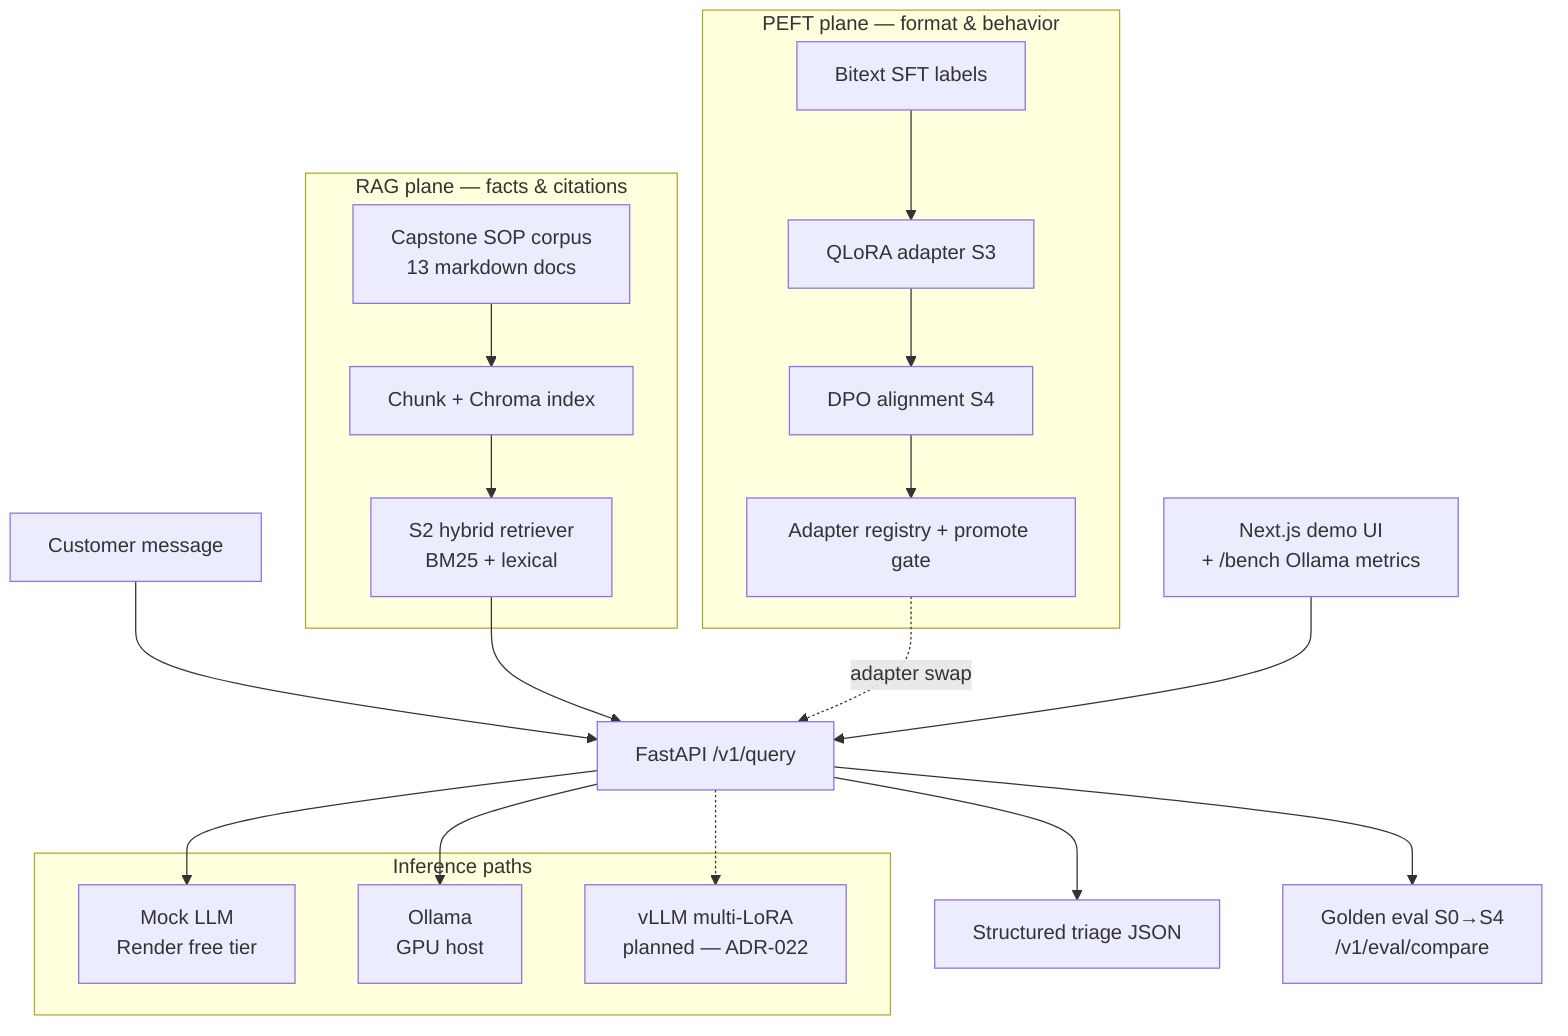
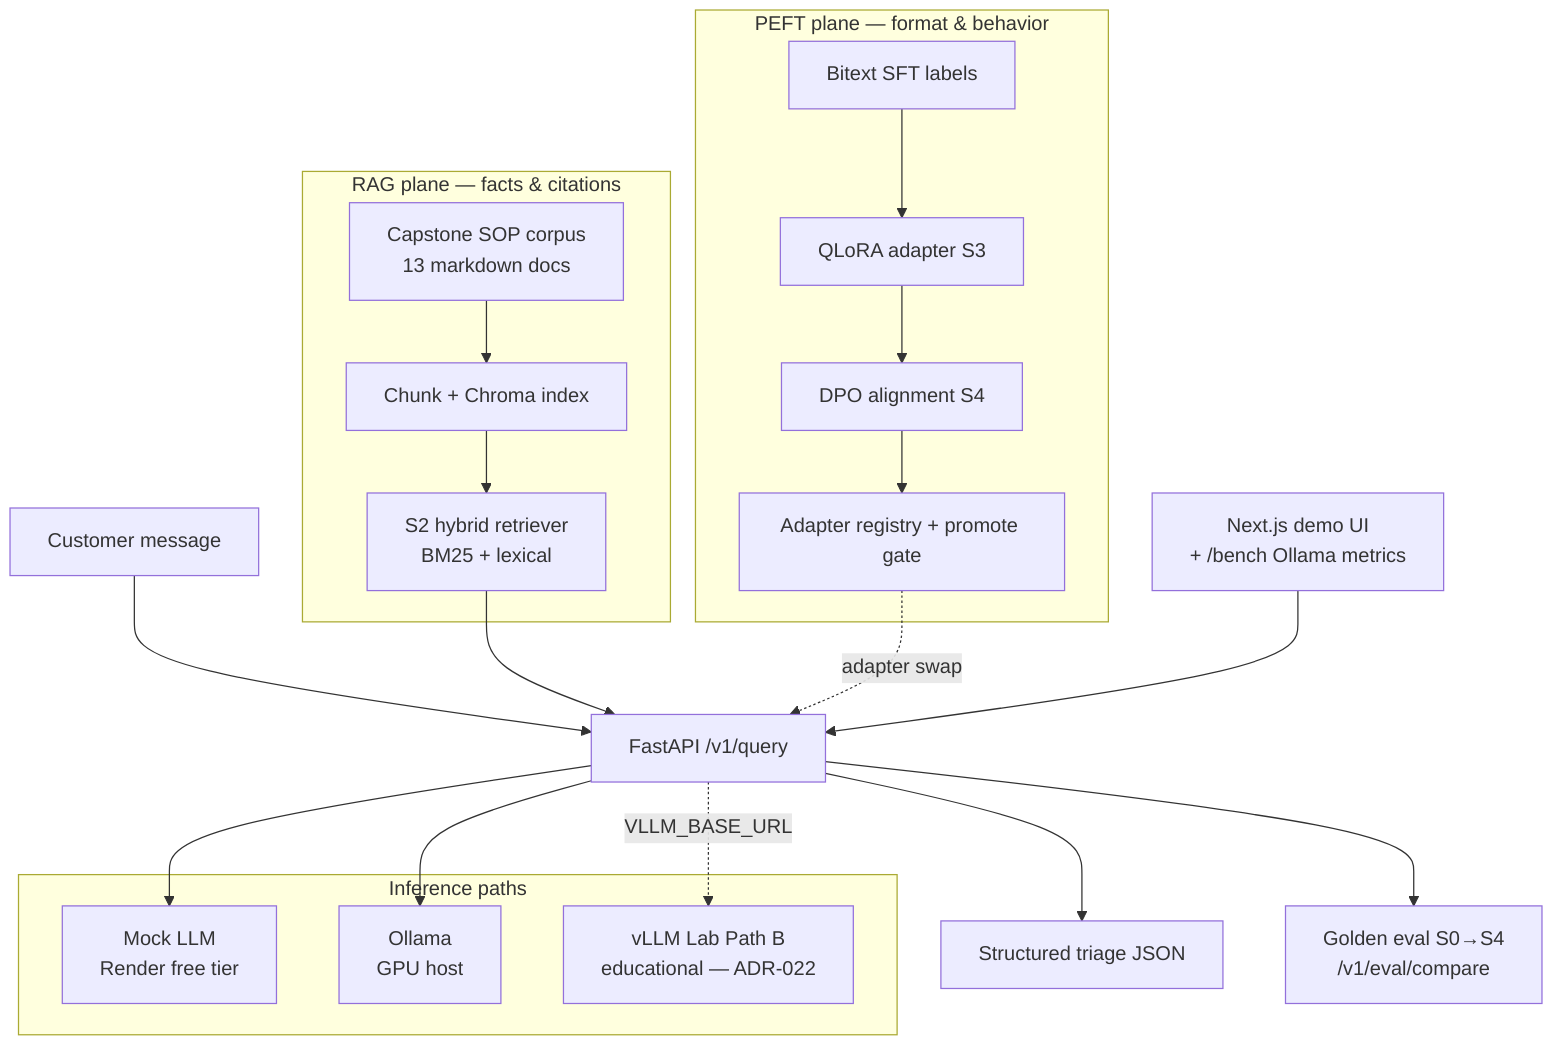
flowchart TB
  subgraph facts["RAG plane — facts & citations"]
    SOP["Capstone SOP corpus<br/>13 markdown docs"]
    CHUNK["Chunk + Chroma index"]
    HYBRID["S2 hybrid retriever<br/>BM25 + lexical"]
    SOP --> CHUNK --> HYBRID
  end

  subgraph behavior["PEFT plane — format & behavior"]
    BITEXT["Bitext SFT labels"]
    QLORA["QLoRA adapter S3"]
    DPO["DPO alignment S4"]
    REG["Adapter registry + promote gate"]
    BITEXT --> QLORA --> DPO --> REG
  end

  MSG["Customer message"] --> API["FastAPI /v1/query"]
  HYBRID --> API
  REG -.->|"adapter swap"| API
  API --> TRIAGE["Structured triage JSON"]
  API --> EVAL["Golden eval S0→S4<br/>/v1/eval/compare"]

  subgraph serve["Inference paths"]
    MOCK["Mock LLM<br/>Render free tier"]
    OLLAMA["Ollama<br/>GPU host"]
-     VLLM["vLLM multi-LoRA<br/>planned — ADR-022"]
+     VLLM["vLLM Lab Path B<br/>educational — ADR-022"]
  end

  API --> MOCK
  API --> OLLAMA
-   API -.-> VLLM
+   API -.->|"VLLM_BASE_URL"| VLLM

  UI["Next.js demo UI<br/>+ /bench Ollama metrics"] --> API
